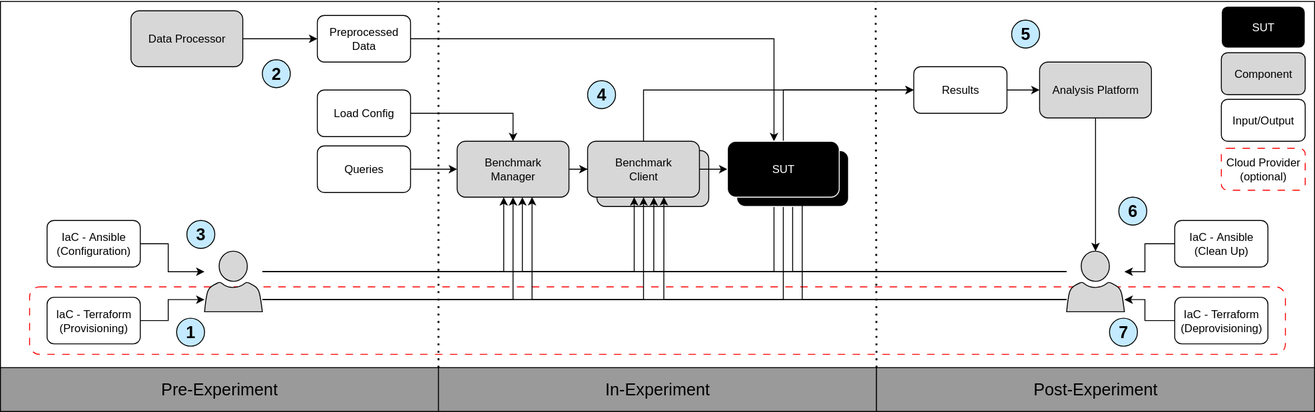
tomkalesse/bachelor-thesis-benchsetup keeps this draw.io diagram as docs/architecture.svg. Above is the earlier version. Source tidied: cells renumbered, new cells last; positions are measured from the earlier drawing's top-left corner, leaving out a move shared by most shapes.
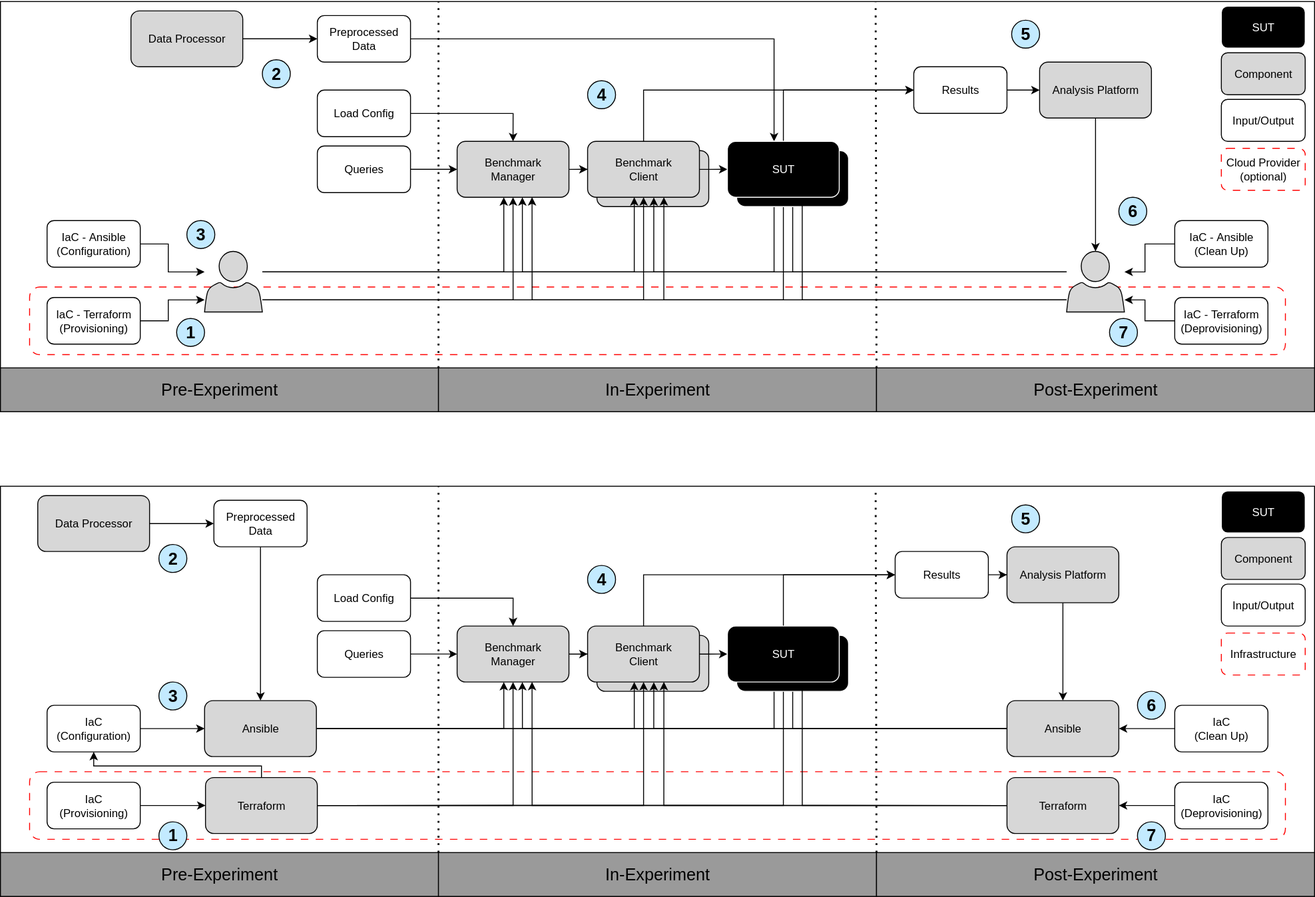
After the change.

Change to the diagram source:
```diff
@@ -268,5 +268,261 @@
     <mxCell id="62" value="&lt;font style=&quot;color: rgb(255, 255, 255);&quot;&gt;SUT&lt;/font&gt;" style="rounded=1;whiteSpace=wrap;html=1;fillColor=#000000;strokeColor=light-dark(#ffffff, #ededed);" parent="1" vertex="1">
       <mxGeometry x="780" y="150" width="120" height="60" as="geometry" />
     </mxCell>
+    <mxCell id="63" style="rounded=0;whiteSpace=wrap;html=1;strokeColor=light-dark(#000000,#EDEDED);" parent="1" vertex="1">
+      <mxGeometry y="520" width="1410" height="440" as="geometry" />
+    </mxCell>
+    <mxCell id="64" value="Benchmark&lt;div&gt;Client&lt;/div&gt;" style="rounded=1;whiteSpace=wrap;html=1;fillColor=#D7D7D7;" parent="1" vertex="1">
+      <mxGeometry x="640" y="680" width="120" height="60" as="geometry" />
+    </mxCell>
+    <mxCell id="65" value="&lt;font style=&quot;font-size: 18px;&quot;&gt;Pre-Experiment&lt;/font&gt;" style="rounded=0;whiteSpace=wrap;html=1;fillColor=#9A9A9A;" parent="1" vertex="1">
+      <mxGeometry y="913" width="470" height="47" as="geometry" />
+    </mxCell>
+    <mxCell id="66" value="&lt;font style=&quot;font-size: 18px;&quot;&gt;&lt;font style=&quot;&quot;&gt;In-Experimen&lt;/font&gt;t&lt;/font&gt;" style="rounded=0;whiteSpace=wrap;html=1;fillColor=#9A9A9A;" parent="1" vertex="1">
+      <mxGeometry x="470" y="913" width="470" height="47" as="geometry" />
+    </mxCell>
+    <mxCell id="67" value="&lt;font style=&quot;font-size: 18px;&quot;&gt;Post-Experiment&lt;/font&gt;" style="rounded=0;whiteSpace=wrap;html=1;fillColor=#9A9A9A;" parent="1" vertex="1">
+      <mxGeometry x="940" y="913" width="470" height="47" as="geometry" />
+    </mxCell>
+    <mxCell id="68" style="endArrow=none;dashed=1;html=1;dashPattern=1 3;strokeWidth=2;rounded=0;exitX=1;exitY=0;exitDx=0;exitDy=0;" parent="1" edge="1" source="65">
+      <mxGeometry relative="1" as="geometry">
+        <mxPoint x="470" y="520" as="targetPoint" />
+      </mxGeometry>
+    </mxCell>
+    <mxCell id="69" style="endArrow=none;dashed=1;html=1;dashPattern=1 3;strokeWidth=2;rounded=0;exitX=1;exitY=0;exitDx=0;exitDy=0;entryX=0.666;entryY=0.002;entryDx=0;entryDy=0;entryPerimeter=0;" parent="1" edge="1" source="66" target="63">
+      <mxGeometry relative="1" as="geometry" />
+    </mxCell>
+    <mxCell id="70" style="edgeStyle=orthogonalEdgeStyle;rounded=0;jettySize=auto;html=1;entryX=0;entryY=0.5;entryDx=0;entryDy=0;" parent="1" edge="1" source="71" target="74">
+      <mxGeometry relative="1" as="geometry" />
+    </mxCell>
+    <mxCell id="71" value="Benchmark&lt;div&gt;&lt;span style=&quot;background-color: transparent; color: light-dark(rgb(0, 0, 0), rgb(255, 255, 255));&quot;&gt;Manager&lt;/span&gt;&lt;/div&gt;" style="rounded=1;whiteSpace=wrap;html=1;fillColor=#D7D7D7;shadow=0;" parent="1" vertex="1">
+      <mxGeometry x="490" y="670" width="120" height="60" as="geometry" />
+    </mxCell>
+    <mxCell id="72" style="edgeStyle=orthogonalEdgeStyle;rounded=0;jettySize=auto;html=1;entryX=0;entryY=0.5;entryDx=0;entryDy=0;" parent="1" edge="1" source="74" target="121">
+      <mxGeometry relative="1" as="geometry" />
+    </mxCell>
+    <mxCell id="73" style="edgeStyle=orthogonalEdgeStyle;rounded=0;jettySize=auto;html=1;entryX=0;entryY=0.5;entryDx=0;entryDy=0;" parent="1" edge="1" source="74" target="80">
+      <mxGeometry relative="1" as="geometry">
+        <Array as="points">
+          <mxPoint x="690" y="615" />
+        </Array>
+      </mxGeometry>
+    </mxCell>
+    <mxCell id="74" value="Benchmark&lt;div&gt;&lt;span style=&quot;background-color: transparent; color: light-dark(rgb(0, 0, 0), rgb(255, 255, 255));&quot;&gt;Client&lt;/span&gt;&lt;/div&gt;" style="rounded=1;whiteSpace=wrap;html=1;fillColor=#D7D7D7;" parent="1" vertex="1">
+      <mxGeometry x="630" y="670" width="120" height="60" as="geometry" />
+    </mxCell>
+    <mxCell id="75" style="edgeStyle=orthogonalEdgeStyle;rounded=0;jettySize=auto;html=1;entryX=0;entryY=0.5;entryDx=0;entryDy=0;" parent="1" edge="1" source="121" target="80">
+      <mxGeometry relative="1" as="geometry">
+        <Array as="points">
+          <mxPoint x="840" y="615" />
+        </Array>
+      </mxGeometry>
+    </mxCell>
+    <mxCell id="76" style="edgeStyle=orthogonalEdgeStyle;rounded=0;jettySize=auto;html=1;exitX=1;exitY=0.5;exitDx=0;exitDy=0;" parent="1" edge="1" source="124" target="71">
+      <mxGeometry relative="1" as="geometry">
+        <Array as="points">
+          <mxPoint x="540" y="780" />
+        </Array>
+      </mxGeometry>
+    </mxCell>
+    <mxCell id="77" style="edgeStyle=orthogonalEdgeStyle;rounded=0;jettySize=auto;html=1;exitX=1;exitY=0.5;exitDx=0;exitDy=0;" parent="1" edge="1" source="124" target="74">
+      <mxGeometry relative="1" as="geometry">
+        <Array as="points">
+          <mxPoint x="680" y="780" />
+        </Array>
+      </mxGeometry>
+    </mxCell>
+    <mxCell id="78" style="edgeStyle=orthogonalEdgeStyle;rounded=0;jettySize=auto;html=1;exitX=1;exitY=0.5;exitDx=0;exitDy=0;" parent="1" edge="1" source="124" target="121">
+      <mxGeometry relative="1" as="geometry">
+        <Array as="points">
+          <mxPoint x="830" y="780" />
+        </Array>
+      </mxGeometry>
+    </mxCell>
+    <mxCell id="79" style="edgeStyle=orthogonalEdgeStyle;rounded=0;jettySize=auto;html=1;" parent="1" edge="1" source="80" target="88">
+      <mxGeometry relative="1" as="geometry" />
+    </mxCell>
+    <mxCell id="80" value="Results" style="rounded=1;whiteSpace=wrap;html=1;" parent="1" vertex="1">
+      <mxGeometry x="960" y="590" width="100" height="50" as="geometry" />
+    </mxCell>
+    <mxCell id="81" style="edgeStyle=orthogonalEdgeStyle;rounded=0;jettySize=auto;html=1;" parent="1" edge="1" source="82" target="124">
+      <mxGeometry relative="1" as="geometry" />
+    </mxCell>
+    <mxCell id="82" value="Preprocessed&lt;div&gt;Data&lt;/div&gt;" style="rounded=1;whiteSpace=wrap;html=1;" parent="1" vertex="1">
+      <mxGeometry x="229" y="535" width="100" height="50" as="geometry" />
+    </mxCell>
+    <mxCell id="83" style="edgeStyle=orthogonalEdgeStyle;rounded=0;jettySize=auto;html=1;" parent="1" edge="1" source="84" target="124">
+      <mxGeometry relative="1" as="geometry" />
+    </mxCell>
+    <mxCell id="84" value="IaC&lt;div&gt;&lt;span style=&quot;background-color: transparent; color: light-dark(rgb(0, 0, 0), rgb(255, 255, 255));&quot;&gt;(Configuration)&lt;/span&gt;&lt;/div&gt;" style="rounded=1;whiteSpace=wrap;html=1;" parent="1" vertex="1">
+      <mxGeometry x="50" y="755" width="100" height="50" as="geometry" />
+    </mxCell>
+    <mxCell id="85" style="edgeStyle=orthogonalEdgeStyle;rounded=0;jettySize=auto;html=1;" parent="1" edge="1" source="86" target="125">
+      <mxGeometry relative="1" as="geometry" />
+    </mxCell>
+    <mxCell id="86" value="IaC&lt;div&gt;&lt;span style=&quot;background-color: transparent; color: light-dark(rgb(0, 0, 0), rgb(255, 255, 255));&quot;&gt;(Clean Up)&lt;/span&gt;&lt;/div&gt;" style="rounded=1;whiteSpace=wrap;html=1;" parent="1" vertex="1">
+      <mxGeometry x="1260" y="755" width="100" height="50" as="geometry" />
+    </mxCell>
+    <mxCell id="87" style="edgeStyle=orthogonalEdgeStyle;rounded=0;jettySize=auto;html=1;" parent="1" edge="1" source="88" target="125">
+      <mxGeometry relative="1" as="geometry" />
+    </mxCell>
+    <mxCell id="88" value="Analysis Platform" style="rounded=1;whiteSpace=wrap;html=1;fillColor=#D7D7D7;" parent="1" vertex="1">
+      <mxGeometry x="1080" y="585" width="120" height="60" as="geometry" />
+    </mxCell>
+    <mxCell id="89" style="edgeStyle=orthogonalEdgeStyle;rounded=0;jettySize=auto;html=1;" parent="1" edge="1" source="90" target="82">
+      <mxGeometry relative="1" as="geometry" />
+    </mxCell>
+    <mxCell id="90" value="Data Processor" style="rounded=1;whiteSpace=wrap;html=1;fillColor=#D7D7D7;" parent="1" vertex="1">
+      <mxGeometry x="40" y="530" width="120" height="60" as="geometry" />
+    </mxCell>
+    <mxCell id="91" style="edgeStyle=orthogonalEdgeStyle;rounded=0;jettySize=auto;html=1;exitX=0;exitY=0.5;exitDx=0;exitDy=0;" parent="1" edge="1" source="125" target="121">
+      <mxGeometry relative="1" as="geometry">
+        <Array as="points">
+          <mxPoint x="850" y="780" />
+        </Array>
+      </mxGeometry>
+    </mxCell>
+    <mxCell id="92" style="edgeStyle=orthogonalEdgeStyle;rounded=0;jettySize=auto;html=1;entryX=0.592;entryY=1.003;entryDx=0;entryDy=0;entryPerimeter=0;exitX=0;exitY=0.5;exitDx=0;exitDy=0;" parent="1" edge="1" source="125" target="74">
+      <mxGeometry relative="1" as="geometry">
+        <Array as="points">
+          <mxPoint x="701" y="780" />
+        </Array>
+      </mxGeometry>
+    </mxCell>
+    <mxCell id="93" style="edgeStyle=orthogonalEdgeStyle;rounded=0;jettySize=auto;html=1;exitX=0;exitY=0.5;exitDx=0;exitDy=0;" parent="1" edge="1" source="125">
+      <mxGeometry relative="1" as="geometry">
+        <mxPoint x="560" y="730" as="targetPoint" />
+        <Array as="points">
+          <mxPoint x="560" y="780" />
+        </Array>
+      </mxGeometry>
+    </mxCell>
+    <mxCell id="94" value="&lt;span style=&quot;font-size: 18px;&quot;&gt;&lt;b&gt;2&lt;/b&gt;&lt;/span&gt;" style="ellipse;whiteSpace=wrap;html=1;fillColor=#C3EAFF;" parent="1" vertex="1">
+      <mxGeometry x="170" y="582.5" width="30" height="30" as="geometry" />
+    </mxCell>
+    <mxCell id="95" value="&lt;span style=&quot;font-size: 18px;&quot;&gt;&lt;b&gt;3&lt;/b&gt;&lt;/span&gt;" style="ellipse;whiteSpace=wrap;html=1;fillColor=#C3EAFF;" parent="1" vertex="1">
+      <mxGeometry x="170" y="730" width="30" height="30" as="geometry" />
+    </mxCell>
+    <mxCell id="96" value="&lt;span style=&quot;font-size: 18px;&quot;&gt;&lt;b&gt;4&lt;/b&gt;&lt;/span&gt;" style="ellipse;whiteSpace=wrap;html=1;fillColor=#C3EAFF;direction=south;" parent="1" vertex="1">
+      <mxGeometry x="630" y="605" width="30" height="30" as="geometry" />
+    </mxCell>
+    <mxCell id="97" value="&lt;span style=&quot;font-size: 18px;&quot;&gt;&lt;b&gt;5&lt;/b&gt;&lt;/span&gt;" style="ellipse;whiteSpace=wrap;html=1;fillColor=#C3EAFF;direction=south;" parent="1" vertex="1">
+      <mxGeometry x="1085" y="540" width="30" height="30" as="geometry" />
+    </mxCell>
+    <mxCell id="98" value="&lt;span style=&quot;font-size: 18px;&quot;&gt;&lt;b&gt;6&lt;/b&gt;&lt;/span&gt;" style="ellipse;whiteSpace=wrap;html=1;fillColor=#C3EAFF;direction=south;" parent="1" vertex="1">
+      <mxGeometry x="1220" y="740" width="30" height="30" as="geometry" />
+    </mxCell>
+    <mxCell id="99" style="edgeStyle=orthogonalEdgeStyle;rounded=0;jettySize=auto;html=1;entryX=0;entryY=0.5;entryDx=0;entryDy=0;" parent="1" edge="1" source="101" target="71">
+      <mxGeometry relative="1" as="geometry" />
+    </mxCell>
+    <mxCell id="100" style="rounded=1;whiteSpace=wrap;html=1;fillColor=none;strokeColor=#FF0000;dashed=1;dashPattern=8 8;" parent="1" vertex="1">
+      <mxGeometry x="31.2" y="826.2" width="1347.5" height="72.5" as="geometry" />
+    </mxCell>
+    <mxCell id="101" value="Queries" style="rounded=1;whiteSpace=wrap;html=1;" parent="1" vertex="1">
+      <mxGeometry x="340" y="675" width="100" height="50" as="geometry" />
+    </mxCell>
+    <mxCell id="102" style="edgeStyle=orthogonalEdgeStyle;rounded=0;jettySize=auto;html=1;entryX=0.5;entryY=0;entryDx=0;entryDy=0;" parent="1" edge="1" source="103" target="71">
+      <mxGeometry relative="1" as="geometry" />
+    </mxCell>
+    <mxCell id="103" value="Load Config" style="rounded=1;whiteSpace=wrap;html=1;" parent="1" vertex="1">
+      <mxGeometry x="340" y="615" width="100" height="50" as="geometry" />
+    </mxCell>
+    <mxCell id="104" value="Component" style="rounded=1;whiteSpace=wrap;html=1;fillColor=#D7D7D7;" parent="1" vertex="1">
+      <mxGeometry x="1310" y="575" width="90" height="45" as="geometry" />
+    </mxCell>
+    <mxCell id="105" value="&lt;font style=&quot;color: rgb(255, 255, 255);&quot;&gt;SUT&lt;/font&gt;" style="rounded=1;whiteSpace=wrap;html=1;fillColor=#000000;strokeColor=light-dark(#ffffff, #ededed);" parent="1" vertex="1">
+      <mxGeometry x="1310" y="525" width="90" height="45" as="geometry" />
+    </mxCell>
+    <mxCell id="106" value="Input/Output" style="rounded=1;whiteSpace=wrap;html=1;fillColor=#FFFFFF;" parent="1" vertex="1">
+      <mxGeometry x="1310" y="625" width="90" height="45" as="geometry" />
+    </mxCell>
+    <mxCell id="107" style="edgeStyle=orthogonalEdgeStyle;rounded=0;jettySize=auto;html=1;" parent="1" edge="1" source="108" target="126">
+      <mxGeometry relative="1" as="geometry" />
+    </mxCell>
+    <mxCell id="108" value="IaC&lt;div&gt;&lt;span style=&quot;background-color: transparent; color: light-dark(rgb(0, 0, 0), rgb(255, 255, 255));&quot;&gt;(Deprovisioning)&lt;/span&gt;&lt;/div&gt;" style="rounded=1;whiteSpace=wrap;html=1;" parent="1" vertex="1">
+      <mxGeometry x="1260" y="837.5" width="100" height="50" as="geometry" />
+    </mxCell>
+    <mxCell id="109" style="edgeStyle=orthogonalEdgeStyle;rounded=0;jettySize=auto;html=1;" parent="1" edge="1" source="110" target="123">
+      <mxGeometry relative="1" as="geometry" />
+    </mxCell>
+    <mxCell id="110" value="IaC&lt;div&gt;&lt;span style=&quot;background-color: transparent; color: light-dark(rgb(0, 0, 0), rgb(255, 255, 255));&quot;&gt;(Provisioning)&lt;/span&gt;&lt;/div&gt;" style="rounded=1;whiteSpace=wrap;html=1;" parent="1" vertex="1">
+      <mxGeometry x="50" y="837.5" width="100" height="50" as="geometry" />
+    </mxCell>
+    <mxCell id="111" value="&lt;span style=&quot;font-size: 18px;&quot;&gt;&lt;b&gt;7&lt;/b&gt;&lt;/span&gt;" style="ellipse;whiteSpace=wrap;html=1;fillColor=#C3EAFF;direction=south;" parent="1" vertex="1">
+      <mxGeometry x="1220" y="880" width="30" height="30" as="geometry" />
+    </mxCell>
+    <mxCell id="112" value="&lt;span style=&quot;font-size: 18px;&quot;&gt;&lt;b&gt;1&lt;/b&gt;&lt;/span&gt;" style="ellipse;whiteSpace=wrap;html=1;fillColor=#C3EAFF;" parent="1" vertex="1">
+      <mxGeometry x="170" y="880" width="30" height="30" as="geometry" />
+    </mxCell>
+    <mxCell id="113" value="Infrastructure" style="rounded=1;whiteSpace=wrap;html=1;fillColor=none;strokeColor=#FF0000;dashed=1;dashPattern=8 8;" parent="1" vertex="1">
+      <mxGeometry x="1310" y="677.5" width="90" height="45" as="geometry" />
+    </mxCell>
+    <mxCell id="114" style="edgeStyle=orthogonalEdgeStyle;rounded=0;jettySize=auto;html=1;entryX=0.5;entryY=1;entryDx=0;entryDy=0;exitX=1;exitY=0.5;exitDx=0;exitDy=0;" parent="1" edge="1" source="123" target="71">
+      <mxGeometry relative="1" as="geometry">
+        <Array as="points">
+          <mxPoint x="550" y="863" />
+        </Array>
+      </mxGeometry>
+    </mxCell>
+    <mxCell id="115" style="edgeStyle=orthogonalEdgeStyle;rounded=0;jettySize=auto;html=1;entryX=0.67;entryY=0.998;entryDx=0;entryDy=0;entryPerimeter=0;exitX=0;exitY=0.5;exitDx=0;exitDy=0;" parent="1" edge="1" source="126" target="71">
+      <mxGeometry relative="1" as="geometry">
+        <Array as="points">
+          <mxPoint x="570" y="863" />
+        </Array>
+      </mxGeometry>
+    </mxCell>
+    <mxCell id="116" style="edgeStyle=orthogonalEdgeStyle;rounded=0;jettySize=auto;html=1;exitX=1;exitY=0.5;exitDx=0;exitDy=0;" parent="1" edge="1" source="123" target="74">
+      <mxGeometry relative="1" as="geometry">
+        <Array as="points">
+          <mxPoint x="690" y="863" />
+        </Array>
+      </mxGeometry>
+    </mxCell>
+    <mxCell id="117" style="edgeStyle=orthogonalEdgeStyle;rounded=0;jettySize=auto;html=1;entryX=0.682;entryY=0.999;entryDx=0;entryDy=0;entryPerimeter=0;exitX=0;exitY=0.5;exitDx=0;exitDy=0;" parent="1" edge="1" source="126" target="74">
+      <mxGeometry relative="1" as="geometry">
+        <Array as="points">
+          <mxPoint x="712" y="863" />
+        </Array>
+      </mxGeometry>
+    </mxCell>
+    <mxCell id="118" style="edgeStyle=orthogonalEdgeStyle;rounded=0;jettySize=auto;html=1;exitX=1;exitY=0.5;exitDx=0;exitDy=0;" parent="1" edge="1" source="123" target="121">
+      <mxGeometry relative="1" as="geometry">
+        <Array as="points">
+          <mxPoint x="840" y="863" />
+        </Array>
+      </mxGeometry>
+    </mxCell>
+    <mxCell id="119" value="&lt;font style=&quot;color: rgb(255, 255, 255);&quot;&gt;SUT&lt;/font&gt;" style="rounded=1;whiteSpace=wrap;html=1;fillColor=#000000;strokeColor=light-dark(#ffffff, #ededed);" parent="1" vertex="1">
+      <mxGeometry x="790" y="680" width="120" height="60" as="geometry" />
+    </mxCell>
+    <mxCell id="120" style="edgeStyle=orthogonalEdgeStyle;rounded=0;jettySize=auto;html=1;entryX=0.669;entryY=0.995;entryDx=0;entryDy=0;entryPerimeter=0;exitX=0;exitY=0.5;exitDx=0;exitDy=0;" parent="1" edge="1" source="126" target="121">
+      <mxGeometry relative="1" as="geometry">
+        <Array as="points">
+          <mxPoint x="860" y="863" />
+        </Array>
+      </mxGeometry>
+    </mxCell>
+    <mxCell id="121" value="&lt;font style=&quot;color: rgb(255, 255, 255);&quot;&gt;SUT&lt;/font&gt;" style="rounded=1;whiteSpace=wrap;html=1;fillColor=#000000;strokeColor=light-dark(#ffffff, #ededed);" parent="1" vertex="1">
+      <mxGeometry x="780" y="670" width="120" height="60" as="geometry" />
+    </mxCell>
+    <mxCell id="122" style="edgeStyle=orthogonalEdgeStyle;rounded=0;jettySize=auto;html=1;" parent="1" edge="1" source="123" target="84">
+      <mxGeometry relative="1" as="geometry">
+        <Array as="points">
+          <mxPoint x="280" y="820" />
+          <mxPoint x="100" y="820" />
+        </Array>
+      </mxGeometry>
+    </mxCell>
+    <mxCell id="123" value="Terraform" style="rounded=1;whiteSpace=wrap;html=1;fillColor=#D7D7D7;" parent="1" vertex="1">
+      <mxGeometry x="220" y="832.5" width="120" height="60" as="geometry" />
+    </mxCell>
+    <mxCell id="124" value="Ansible" style="rounded=1;whiteSpace=wrap;html=1;fillColor=#D7D7D7;" parent="1" vertex="1">
+      <mxGeometry x="219" y="750" width="120" height="60" as="geometry" />
+    </mxCell>
+    <mxCell id="125" value="Ansible" style="rounded=1;whiteSpace=wrap;html=1;fillColor=#D7D7D7;" parent="1" vertex="1">
+      <mxGeometry x="1080" y="750" width="120" height="60" as="geometry" />
+    </mxCell>
+    <mxCell id="126" value="Terraform" style="rounded=1;whiteSpace=wrap;html=1;fillColor=#D7D7D7;" parent="1" vertex="1">
+      <mxGeometry x="1080" y="832.5" width="120" height="60" as="geometry" />
+    </mxCell>
   </root>
 </mxGraphModel>
```
